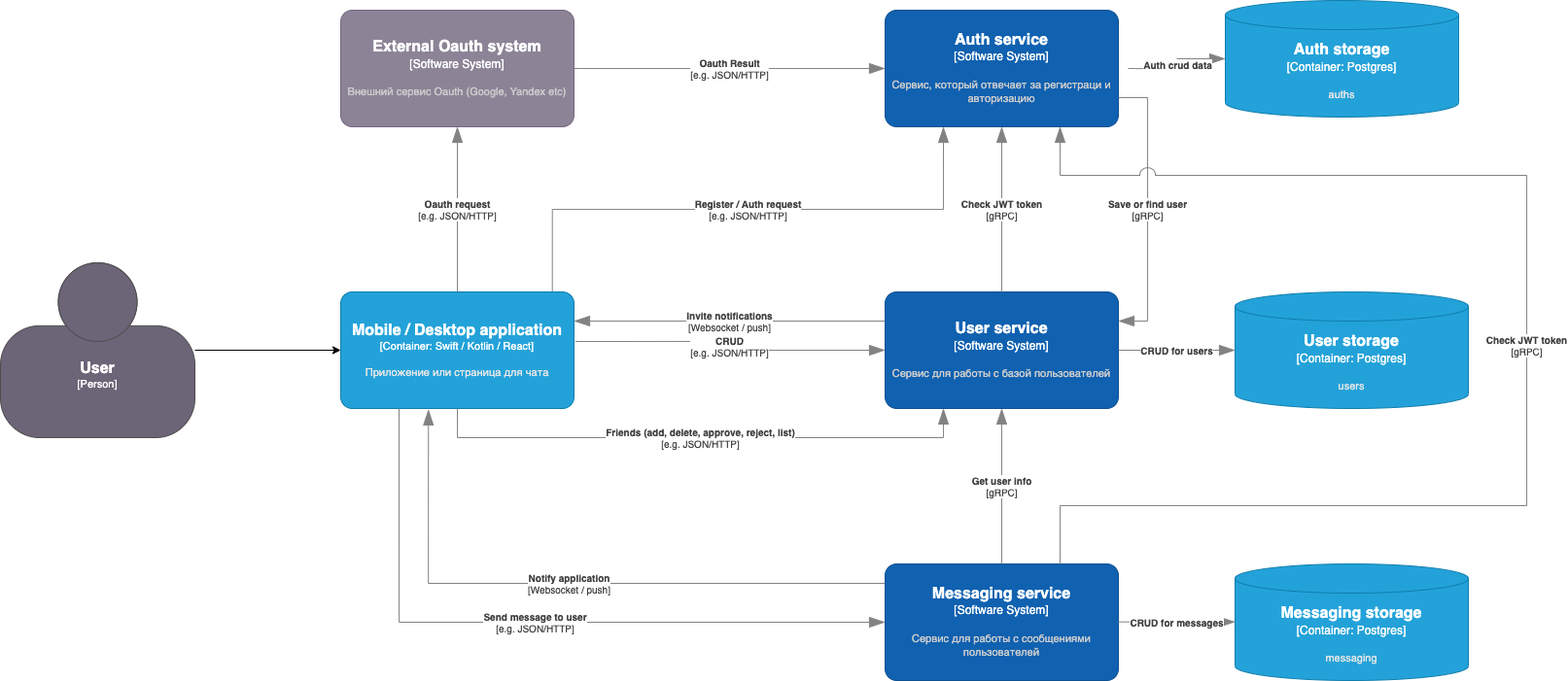
This is docs/arch/msa-messanger.drawio.png from lameroot/msa-messenger, a draw.io export, as it was before one commit. Source tidied: cells renumbered, new cells last; positions are measured from the earlier drawing's top-left corner, leaving out a move shared by most shapes.
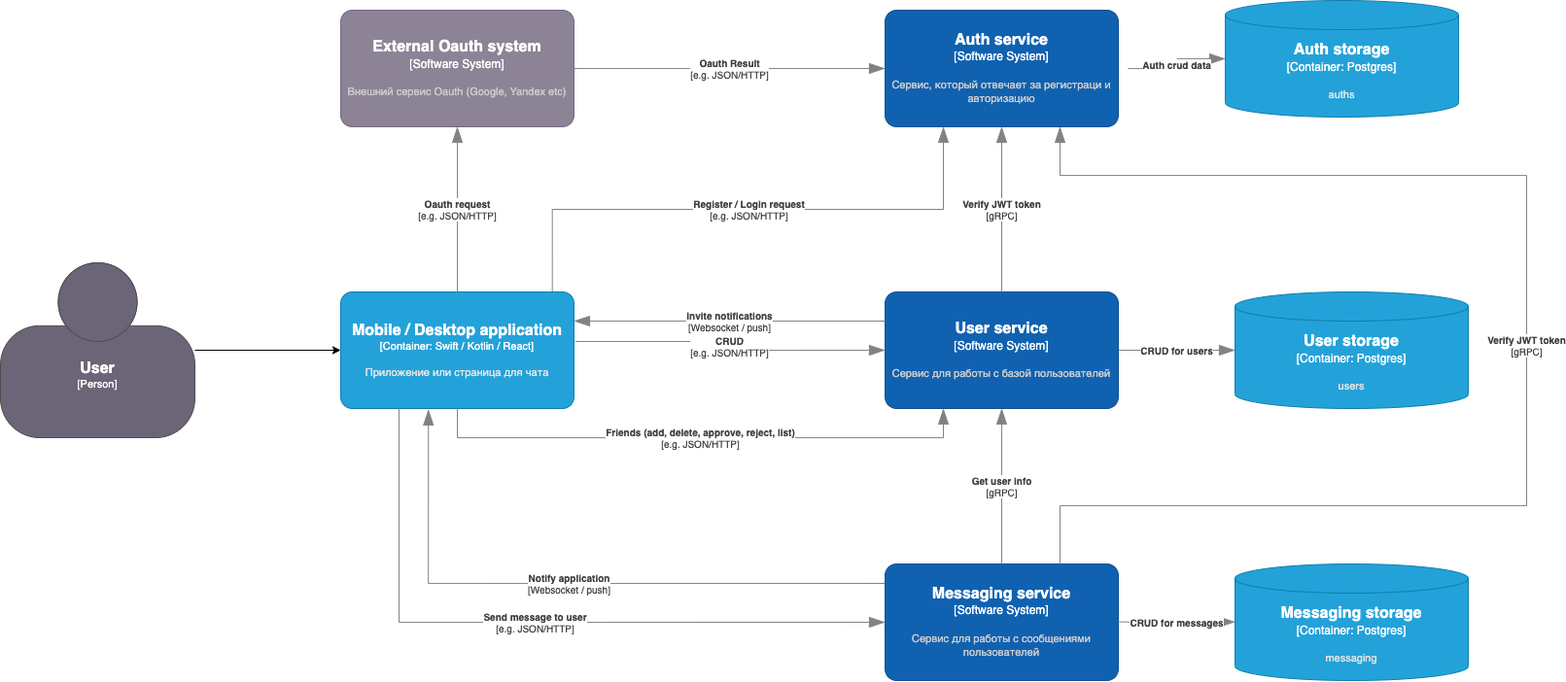
After the commit.

Commit message:
home-work2-try2

Change to the diagram source:
```diff
@@ -12,7 +12,7 @@
         <mxGeometry x="350" y="300" width="240" height="120" as="geometry" />
       </mxCell>
     </object>
-    <object id="4" label="&lt;div style=&quot;text-align: left&quot;&gt;&lt;div style=&quot;text-align: center&quot;&gt;&lt;b&gt;%c4Description%&lt;/b&gt;&lt;/div&gt;&lt;div style=&quot;text-align: center&quot;&gt;[%c4Technology%]&lt;/div&gt;&lt;/div&gt;" c4Description="Register / Auth request" c4Technology="e.g. JSON/HTTP" c4Type="Relationship" placeholders="1">
+    <object id="4" label="&lt;div style=&quot;text-align: left&quot;&gt;&lt;div style=&quot;text-align: center&quot;&gt;&lt;b&gt;%c4Description%&lt;/b&gt;&lt;/div&gt;&lt;div style=&quot;text-align: center&quot;&gt;[%c4Technology%]&lt;/div&gt;&lt;/div&gt;" c4Description="Register / Login request" c4Technology="e.g. JSON/HTTP" c4Type="Relationship" placeholders="1">
       <mxCell style="endArrow=blockThin;html=1;fontSize=10;fontColor=#404040;strokeWidth=1;endFill=1;strokeColor=#828282;elbow=vertical;endSize=14;startSize=14;jumpStyle=arc;jumpSize=16;rounded=0;edgeStyle=orthogonalEdgeStyle;exitX=0.907;exitY=-0.006;exitDx=0;exitDy=0;exitPerimeter=0;entryX=0.25;entryY=1;entryDx=0;entryDy=0;entryPerimeter=0;" parent="1" edge="1" source="3" target="2">
         <mxGeometry relative="1" as="geometry" />
       </mxCell>
@@ -37,16 +37,6 @@
         <mxGeometry x="910" y="300" width="240" height="120" as="geometry" />
       </mxCell>
     </object>
-    <object id="8" label="&lt;div style=&quot;text-align: left&quot;&gt;&lt;div style=&quot;text-align: center&quot;&gt;&lt;b&gt;%c4Description%&lt;/b&gt;&lt;/div&gt;&lt;div style=&quot;text-align: center&quot;&gt;[%c4Technology%]&lt;/div&gt;&lt;/div&gt;" c4Description="Save or find user" c4Technology="gRPC" c4Type="Relationship" placeholders="1">
-      <mxCell style="endArrow=blockThin;html=1;fontSize=10;fontColor=#404040;strokeWidth=1;endFill=1;strokeColor=#828282;elbow=vertical;endSize=14;startSize=14;jumpStyle=arc;jumpSize=16;rounded=0;edgeStyle=orthogonalEdgeStyle;exitX=1;exitY=0.75;exitDx=0;exitDy=0;exitPerimeter=0;entryX=1;entryY=0.25;entryDx=0;entryDy=0;entryPerimeter=0;" parent="1" edge="1" source="2" target="7">
-        <mxGeometry relative="1" as="geometry">
-          <Array as="points">
-            <mxPoint x="1180" y="100" />
-            <mxPoint x="1180" y="330" />
-          </Array>
-        </mxGeometry>
-      </mxCell>
-    </object>
     <object id="9" label="&lt;div style=&quot;text-align: left&quot;&gt;&lt;div style=&quot;text-align: center&quot;&gt;&lt;b&gt;%c4Description%&lt;/b&gt;&lt;/div&gt;&lt;div style=&quot;text-align: center&quot;&gt;[%c4Technology%]&lt;/div&gt;&lt;/div&gt;" c4Description="Oauth Result " c4Technology="e.g. JSON/HTTP" c4Type="Relationship" placeholders="1">
       <mxCell style="endArrow=blockThin;html=1;fontSize=10;fontColor=#404040;strokeWidth=1;endFill=1;strokeColor=#828282;elbow=vertical;endSize=14;startSize=14;jumpStyle=arc;jumpSize=16;rounded=0;edgeStyle=orthogonalEdgeStyle;entryX=0;entryY=0.5;entryDx=0;entryDy=0;entryPerimeter=0;exitX=1;exitY=0.5;exitDx=0;exitDy=0;exitPerimeter=0;" parent="1" edge="1" source="5" target="2">
         <mxGeometry relative="1" as="geometry">
@@ -140,12 +130,12 @@
         </mxGeometry>
       </mxCell>
     </object>
-    <object id="24" label="&lt;div style=&quot;text-align: left&quot;&gt;&lt;div style=&quot;text-align: center&quot;&gt;&lt;b&gt;%c4Description%&lt;/b&gt;&lt;/div&gt;&lt;div style=&quot;text-align: center&quot;&gt;[%c4Technology%]&lt;/div&gt;&lt;/div&gt;" c4Description="Check JWT token" c4Technology="gRPC" c4Type="Relationship" placeholders="1">
+    <object id="24" label="&lt;div style=&quot;text-align: left&quot;&gt;&lt;div style=&quot;text-align: center&quot;&gt;&lt;b&gt;%c4Description%&lt;/b&gt;&lt;/div&gt;&lt;div style=&quot;text-align: center&quot;&gt;[%c4Technology%]&lt;/div&gt;&lt;/div&gt;" c4Description="Verify JWT token" c4Technology="gRPC" c4Type="Relationship" placeholders="1">
       <mxCell style="endArrow=blockThin;html=1;fontSize=10;fontColor=#404040;strokeWidth=1;endFill=1;strokeColor=#828282;elbow=vertical;endSize=14;startSize=14;jumpStyle=arc;jumpSize=16;rounded=0;edgeStyle=orthogonalEdgeStyle;entryX=0.5;entryY=1;entryDx=0;entryDy=0;entryPerimeter=0;exitX=0.5;exitY=0;exitDx=0;exitDy=0;exitPerimeter=0;" parent="1" edge="1" source="7" target="2">
         <mxGeometry relative="1" as="geometry" />
       </mxCell>
     </object>
-    <object id="25" label="&lt;div style=&quot;text-align: left&quot;&gt;&lt;div style=&quot;text-align: center&quot;&gt;&lt;b&gt;%c4Description%&lt;/b&gt;&lt;/div&gt;&lt;div style=&quot;text-align: center&quot;&gt;[%c4Technology%]&lt;/div&gt;&lt;/div&gt;" c4Description="Check JWT token" c4Technology="gRPC" c4Type="Relationship" placeholders="1">
+    <object id="25" label="&lt;div style=&quot;text-align: left&quot;&gt;&lt;div style=&quot;text-align: center&quot;&gt;&lt;b&gt;%c4Description%&lt;/b&gt;&lt;/div&gt;&lt;div style=&quot;text-align: center&quot;&gt;[%c4Technology%]&lt;/div&gt;&lt;/div&gt;" c4Description="Verify JWT token" c4Technology="gRPC" c4Type="Relationship" placeholders="1">
       <mxCell style="endArrow=blockThin;html=1;fontSize=10;fontColor=#404040;strokeWidth=1;endFill=1;strokeColor=#828282;elbow=vertical;endSize=14;startSize=14;jumpStyle=arc;jumpSize=16;rounded=0;edgeStyle=orthogonalEdgeStyle;entryX=0.75;entryY=1;entryDx=0;entryDy=0;entryPerimeter=0;exitX=0.75;exitY=0;exitDx=0;exitDy=0;exitPerimeter=0;" parent="1" edge="1" source="12" target="2">
         <mxGeometry relative="1" as="geometry">
           <Array as="points">
```
